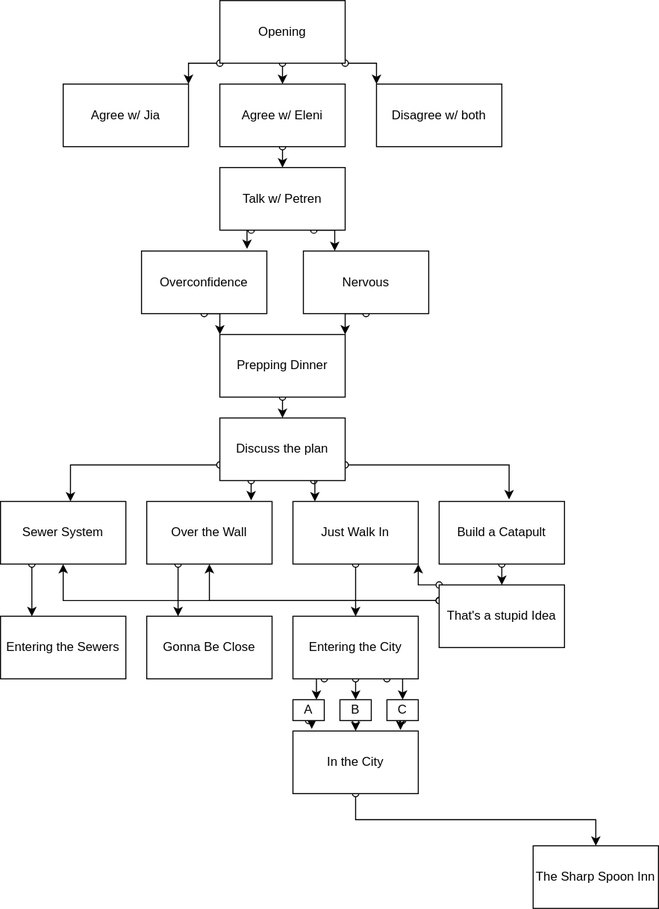
This is books/AEK/story_diagram/diagram.drawio.svg from JoelNiemela/AEK, a draw.io export, as it was before one commit. Source tidied: cells renumbered, new cells last; positions are measured from the earlier drawing's top-left corner, leaving out a move shared by most shapes.
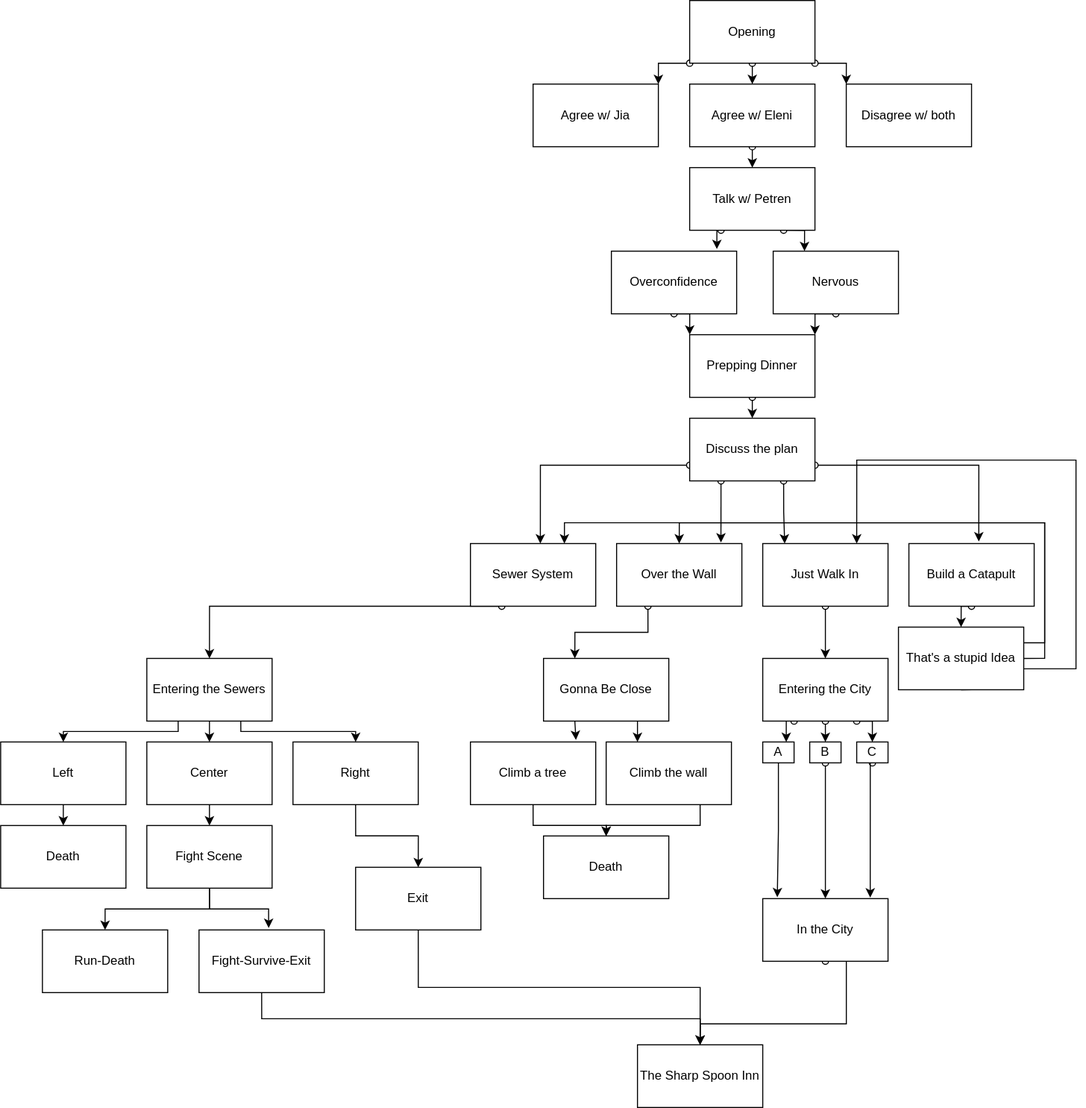
Later version of the same file.

Change to the diagram source:
```diff
@@ -12,19 +12,19 @@
       <mxGeometry relative="1" as="geometry" />
     </mxCell>
     <mxCell id="5" value="Opening" style="rounded=0;whiteSpace=wrap;html=1;" parent="1" vertex="1">
-      <mxGeometry x="210" width="120" height="60" as="geometry" />
+      <mxGeometry x="420" y="-10" width="120" height="60" as="geometry" />
     </mxCell>
     <mxCell id="6" value="Disagree w/ both" style="rounded=0;whiteSpace=wrap;html=1;" parent="1" vertex="1">
-      <mxGeometry x="360" y="80" width="120" height="60" as="geometry" />
+      <mxGeometry x="570" y="70" width="120" height="60" as="geometry" />
     </mxCell>
     <mxCell id="7" style="edgeStyle=orthogonalEdgeStyle;rounded=0;jettySize=auto;html=1;exitX=0.5;exitY=1;exitDx=0;exitDy=0;entryX=0.5;entryY=0;entryDx=0;entryDy=0;startArrow=oval;startFill=0;" parent="1" edge="1" source="8" target="12">
       <mxGeometry relative="1" as="geometry" />
     </mxCell>
     <mxCell id="8" value="Agree w/ Eleni" style="rounded=0;whiteSpace=wrap;html=1;" parent="1" vertex="1">
-      <mxGeometry x="210" y="80" width="120" height="60" as="geometry" />
+      <mxGeometry x="420" y="70" width="120" height="60" as="geometry" />
     </mxCell>
     <mxCell id="9" value="Agree w/ Jia" style="rounded=0;whiteSpace=wrap;html=1;" parent="1" vertex="1">
-      <mxGeometry x="60" y="80" width="120" height="60" as="geometry" />
+      <mxGeometry x="270" y="70" width="120" height="60" as="geometry" />
     </mxCell>
     <mxCell id="10" style="edgeStyle=orthogonalEdgeStyle;rounded=0;jettySize=auto;html=1;exitX=0.25;exitY=1;exitDx=0;exitDy=0;entryX=0.842;entryY=-0.033;entryDx=0;entryDy=0;entryPerimeter=0;startArrow=oval;startFill=0;" parent="1" edge="1" source="12" target="14">
       <mxGeometry relative="1" as="geometry" />
@@ -33,25 +33,25 @@
       <mxGeometry relative="1" as="geometry" />
     </mxCell>
     <mxCell id="12" value="Talk w/ Petren" style="rounded=0;whiteSpace=wrap;html=1;" parent="1" vertex="1">
-      <mxGeometry x="210" y="160" width="120" height="60" as="geometry" />
+      <mxGeometry x="420" y="150" width="120" height="60" as="geometry" />
     </mxCell>
     <mxCell id="13" style="edgeStyle=orthogonalEdgeStyle;rounded=0;jettySize=auto;html=1;exitX=0.5;exitY=1;exitDx=0;exitDy=0;entryX=0;entryY=0;entryDx=0;entryDy=0;startArrow=oval;startFill=0;" parent="1" edge="1" source="14" target="18">
       <mxGeometry relative="1" as="geometry" />
     </mxCell>
     <mxCell id="14" value="Overconfidence" style="rounded=0;whiteSpace=wrap;html=1;" parent="1" vertex="1">
-      <mxGeometry x="135" y="240" width="120" height="60" as="geometry" />
+      <mxGeometry x="345" y="230" width="120" height="60" as="geometry" />
     </mxCell>
     <mxCell id="15" style="edgeStyle=orthogonalEdgeStyle;rounded=0;jettySize=auto;html=1;exitX=0.5;exitY=1;exitDx=0;exitDy=0;entryX=1;entryY=0;entryDx=0;entryDy=0;startArrow=oval;startFill=0;" parent="1" edge="1" source="16" target="18">
       <mxGeometry relative="1" as="geometry" />
     </mxCell>
     <mxCell id="16" value="Nervous" style="rounded=0;whiteSpace=wrap;html=1;" parent="1" vertex="1">
-      <mxGeometry x="290" y="240" width="120" height="60" as="geometry" />
+      <mxGeometry x="500" y="230" width="120" height="60" as="geometry" />
     </mxCell>
     <mxCell id="17" style="edgeStyle=orthogonalEdgeStyle;rounded=0;jettySize=auto;html=1;exitX=0.5;exitY=1;exitDx=0;exitDy=0;entryX=0.5;entryY=0;entryDx=0;entryDy=0;startArrow=oval;startFill=0;" parent="1" edge="1" source="18" target="23">
       <mxGeometry relative="1" as="geometry" />
     </mxCell>
     <mxCell id="18" value="Prepping Dinner" style="rounded=0;whiteSpace=wrap;html=1;" parent="1" vertex="1">
-      <mxGeometry x="210" y="320" width="120" height="60" as="geometry" />
+      <mxGeometry x="420" y="310" width="120" height="60" as="geometry" />
     </mxCell>
     <mxCell id="19" style="edgeStyle=orthogonalEdgeStyle;rounded=0;jettySize=auto;html=1;exitX=0;exitY=0.75;exitDx=0;exitDy=0;entryX=0.558;entryY=0;entryDx=0;entryDy=0;entryPerimeter=0;startArrow=oval;startFill=0;" parent="1" edge="1" source="23" target="25">
       <mxGeometry relative="1" as="geometry" />
@@ -66,43 +66,56 @@
       <mxGeometry relative="1" as="geometry" />
     </mxCell>
     <mxCell id="23" value="Discuss the plan" style="rounded=0;whiteSpace=wrap;html=1;" parent="1" vertex="1">
-      <mxGeometry x="210" y="400" width="120" height="60" as="geometry" />
+      <mxGeometry x="420" y="390" width="120" height="60" as="geometry" />
     </mxCell>
-    <mxCell id="24" style="edgeStyle=orthogonalEdgeStyle;rounded=0;jettySize=auto;html=1;exitX=0.25;exitY=1;exitDx=0;exitDy=0;entryX=0.25;entryY=0;entryDx=0;entryDy=0;startArrow=oval;startFill=0;" parent="1" edge="1" source="25" target="41">
-      <mxGeometry relative="1" as="geometry" />
+    <mxCell id="24" style="edgeStyle=orthogonalEdgeStyle;rounded=0;jettySize=auto;html=1;exitX=0.25;exitY=1;exitDx=0;exitDy=0;entryX=0.5;entryY=0;entryDx=0;entryDy=0;startArrow=oval;startFill=0;" parent="1" edge="1" source="25" target="41">
+      <mxGeometry relative="1" as="geometry">
+        <Array as="points">
+          <mxPoint x="-40" y="570" />
+        </Array>
+      </mxGeometry>
     </mxCell>
     <mxCell id="25" value="Sewer System" style="rounded=0;whiteSpace=wrap;html=1;" parent="1" vertex="1">
-      <mxGeometry y="480" width="120" height="60" as="geometry" />
+      <mxGeometry x="210" y="510" width="120" height="60" as="geometry" />
     </mxCell>
     <mxCell id="26" style="edgeStyle=orthogonalEdgeStyle;rounded=0;jettySize=auto;html=1;exitX=0.25;exitY=1;exitDx=0;exitDy=0;entryX=0.25;entryY=0;entryDx=0;entryDy=0;startArrow=oval;startFill=0;" parent="1" edge="1" source="27" target="40">
       <mxGeometry relative="1" as="geometry" />
     </mxCell>
     <mxCell id="27" value="Over the Wall" style="rounded=0;whiteSpace=wrap;html=1;" parent="1" vertex="1">
-      <mxGeometry x="140" y="480" width="120" height="60" as="geometry" />
+      <mxGeometry x="350" y="510" width="120" height="60" as="geometry" />
     </mxCell>
     <mxCell id="28" style="edgeStyle=orthogonalEdgeStyle;rounded=0;jettySize=auto;html=1;exitX=0.5;exitY=1;exitDx=0;exitDy=0;entryX=0.5;entryY=0;entryDx=0;entryDy=0;startArrow=oval;startFill=0;" parent="1" edge="1" source="29" target="39">
       <mxGeometry relative="1" as="geometry" />
     </mxCell>
     <mxCell id="29" value="Just Walk In" style="rounded=0;whiteSpace=wrap;html=1;" parent="1" vertex="1">
-      <mxGeometry x="280" y="480" width="120" height="60" as="geometry" />
+      <mxGeometry x="490" y="510" width="120" height="60" as="geometry" />
     </mxCell>
-    <mxCell id="30" style="edgeStyle=orthogonalEdgeStyle;rounded=0;jettySize=auto;html=1;exitX=0.5;exitY=1;exitDx=0;exitDy=0;entryX=0.5;entryY=0;entryDx=0;entryDy=0;startArrow=oval;startFill=0;" parent="1" edge="1" source="31" target="35">
-      <mxGeometry relative="1" as="geometry" />
+    <mxCell id="30" style="edgeStyle=orthogonalEdgeStyle;rounded=0;jettySize=auto;html=1;exitX=0.5;exitY=1;exitDx=0;exitDy=0;entryX=0.5;entryY=0;entryDx=0;entryDy=0;startArrow=oval;startFill=0;" parent="1" edge="1" target="35">
+      <mxGeometry relative="1" as="geometry">
+        <mxPoint x="690" y="570" as="sourcePoint" />
+      </mxGeometry>
     </mxCell>
     <mxCell id="31" value="Build a Catapult" style="rounded=0;whiteSpace=wrap;html=1;" parent="1" vertex="1">
-      <mxGeometry x="420" y="480" width="120" height="60" as="geometry" />
+      <mxGeometry x="630" y="510" width="120" height="60" as="geometry" />
     </mxCell>
-    <mxCell id="32" style="edgeStyle=orthogonalEdgeStyle;rounded=0;jettySize=auto;html=1;exitX=0;exitY=0;exitDx=0;exitDy=0;entryX=1;entryY=1;entryDx=0;entryDy=0;startArrow=oval;startFill=0;" parent="1" edge="1" source="35" target="29">
-      <mxGeometry relative="1" as="geometry" />
+    <mxCell id="32" style="edgeStyle=orthogonalEdgeStyle;rounded=0;jettySize=auto;html=1;exitX=0.5;exitY=1;exitDx=0;exitDy=0;entryX=0.75;entryY=0;entryDx=0;entryDy=0;" parent="1" edge="1" source="35" target="29">
+      <mxGeometry relative="1" as="geometry">
+        <Array as="points">
+          <mxPoint x="690" y="630" />
+          <mxPoint x="790" y="630" />
+          <mxPoint x="790" y="430" />
+          <mxPoint x="580" y="430" />
+        </Array>
+      </mxGeometry>
     </mxCell>
-    <mxCell id="33" style="edgeStyle=orthogonalEdgeStyle;rounded=0;jettySize=auto;html=1;exitX=0;exitY=0.25;exitDx=0;exitDy=0;entryX=0.5;entryY=1;entryDx=0;entryDy=0;startArrow=oval;startFill=0;" parent="1" edge="1" source="35" target="27">
+    <mxCell id="33" style="edgeStyle=orthogonalEdgeStyle;rounded=0;jettySize=auto;html=1;exitX=1;exitY=0.5;exitDx=0;exitDy=0;entryX=0.5;entryY=0;entryDx=0;entryDy=0;" parent="1" edge="1" source="35" target="27">
       <mxGeometry relative="1" as="geometry" />
     </mxCell>
-    <mxCell id="34" style="edgeStyle=orthogonalEdgeStyle;rounded=0;jettySize=auto;html=1;exitX=0;exitY=0.25;exitDx=0;exitDy=0;entryX=0.5;entryY=1;entryDx=0;entryDy=0;startArrow=oval;startFill=0;" parent="1" edge="1" source="35" target="25">
+    <mxCell id="34" style="edgeStyle=orthogonalEdgeStyle;rounded=0;jettySize=auto;html=1;exitX=1;exitY=0.25;exitDx=0;exitDy=0;entryX=0.75;entryY=0;entryDx=0;entryDy=0;" parent="1" edge="1" source="35" target="25">
       <mxGeometry relative="1" as="geometry" />
     </mxCell>
     <mxCell id="35" value="That's a stupid Idea" style="rounded=0;whiteSpace=wrap;html=1;" parent="1" vertex="1">
-      <mxGeometry x="420" y="560" width="120" height="60" as="geometry" />
+      <mxGeometry x="620" y="590" width="120" height="60" as="geometry" />
     </mxCell>
     <mxCell id="36" style="edgeStyle=orthogonalEdgeStyle;rounded=0;jettySize=auto;html=1;exitX=0.25;exitY=1;exitDx=0;exitDy=0;entryX=0.75;entryY=0;entryDx=0;entryDy=0;startArrow=oval;startFill=0;" parent="1" edge="1" source="39" target="46">
       <mxGeometry relative="1" as="geometry" />
@@ -114,40 +127,134 @@
       <mxGeometry relative="1" as="geometry" />
     </mxCell>
     <mxCell id="39" value="Entering the City" style="rounded=0;whiteSpace=wrap;html=1;" parent="1" vertex="1">
-      <mxGeometry x="280" y="590" width="120" height="60" as="geometry" />
+      <mxGeometry x="490" y="620" width="120" height="60" as="geometry" />
     </mxCell>
+    <mxCell id="51" style="edgeStyle=orthogonalEdgeStyle;rounded=0;jettySize=auto;html=1;exitX=0.25;exitY=1;exitDx=0;exitDy=0;entryX=0.842;entryY=-0.033;entryDx=0;entryDy=0;entryPerimeter=0;" parent="1" edge="1" source="40" target="57">
+      <mxGeometry relative="1" as="geometry" />
+    </mxCell>
+    <mxCell id="52" style="edgeStyle=orthogonalEdgeStyle;rounded=0;jettySize=auto;html=1;exitX=0.75;exitY=1;exitDx=0;exitDy=0;entryX=0.25;entryY=0;entryDx=0;entryDy=0;" parent="1" edge="1" source="40" target="59">
+      <mxGeometry relative="1" as="geometry" />
+    </mxCell>
     <mxCell id="40" value="Gonna Be Close" style="rounded=0;whiteSpace=wrap;html=1;" parent="1" vertex="1">
-      <mxGeometry x="140" y="590" width="120" height="60" as="geometry" />
+      <mxGeometry x="280" y="620" width="120" height="60" as="geometry" />
     </mxCell>
+    <mxCell id="53" style="edgeStyle=orthogonalEdgeStyle;rounded=0;jettySize=auto;html=1;exitX=0.25;exitY=1;exitDx=0;exitDy=0;entryX=0.5;entryY=0;entryDx=0;entryDy=0;" parent="1" edge="1" source="41" target="61">
+      <mxGeometry relative="1" as="geometry">
+        <Array as="points">
+          <mxPoint x="-70" y="690" />
+          <mxPoint x="-180" y="690" />
+        </Array>
+      </mxGeometry>
+    </mxCell>
+    <mxCell id="54" style="edgeStyle=orthogonalEdgeStyle;rounded=0;jettySize=auto;html=1;exitX=0.5;exitY=1;exitDx=0;exitDy=0;entryX=0.5;entryY=0;entryDx=0;entryDy=0;" parent="1" edge="1" source="41" target="63">
+      <mxGeometry relative="1" as="geometry" />
+    </mxCell>
+    <mxCell id="55" style="edgeStyle=orthogonalEdgeStyle;rounded=0;jettySize=auto;html=1;exitX=0.75;exitY=1;exitDx=0;exitDy=0;entryX=0.5;entryY=0;entryDx=0;entryDy=0;" parent="1" edge="1" source="41" target="65">
+      <mxGeometry relative="1" as="geometry">
+        <Array as="points">
+          <mxPoint x="-10" y="690" />
+          <mxPoint x="100" y="690" />
+        </Array>
+      </mxGeometry>
+    </mxCell>
     <mxCell id="41" value="Entering the Sewers" style="rounded=0;whiteSpace=wrap;html=1;" parent="1" vertex="1">
-      <mxGeometry y="590" width="120" height="60" as="geometry" />
+      <mxGeometry x="-100" y="620" width="120" height="60" as="geometry" />
     </mxCell>
     <mxCell id="42" style="edgeStyle=orthogonalEdgeStyle;rounded=0;jettySize=auto;html=1;exitX=0.5;exitY=1;exitDx=0;exitDy=0;entryX=0.5;entryY=0;entryDx=0;entryDy=0;startArrow=oval;startFill=0;" parent="1" edge="1" source="43" target="44">
-      <mxGeometry relative="1" as="geometry" />
+      <mxGeometry relative="1" as="geometry">
+        <Array as="points">
+          <mxPoint x="570" y="970" />
+          <mxPoint x="430" y="970" />
+        </Array>
+      </mxGeometry>
     </mxCell>
     <mxCell id="43" value="In the City" style="rounded=0;whiteSpace=wrap;html=1;" parent="1" vertex="1">
-      <mxGeometry x="280" y="700" width="120" height="60" as="geometry" />
+      <mxGeometry x="490" y="850" width="120" height="60" as="geometry" />
     </mxCell>
     <mxCell id="44" value="The Sharp Spoon Inn" style="rounded=0;whiteSpace=wrap;html=1;" parent="1" vertex="1">
-      <mxGeometry x="510" y="810" width="120" height="60" as="geometry" />
+      <mxGeometry x="370" y="990" width="120" height="60" as="geometry" />
     </mxCell>
-    <mxCell id="45" style="edgeStyle=orthogonalEdgeStyle;rounded=0;jettySize=auto;html=1;exitX=0.5;exitY=1;exitDx=0;exitDy=0;entryX=0.15;entryY=-0.033;entryDx=0;entryDy=0;entryPerimeter=0;startArrow=oval;startFill=0;" parent="1" edge="1" source="46" target="43">
+    <mxCell id="45" style="edgeStyle=orthogonalEdgeStyle;rounded=0;jettySize=auto;html=1;exitX=0.5;exitY=1;exitDx=0;exitDy=0;entryX=0.116;entryY=-0.023;entryDx=0;entryDy=0;entryPerimeter=0;" parent="1" edge="1" source="46" target="43">
       <mxGeometry relative="1" as="geometry" />
     </mxCell>
     <mxCell id="46" value="A" style="rounded=0;whiteSpace=wrap;html=1;" parent="1" vertex="1">
-      <mxGeometry x="280" y="670" width="30" height="20" as="geometry" />
+      <mxGeometry x="490" y="700" width="30" height="20" as="geometry" />
     </mxCell>
     <mxCell id="47" style="edgeStyle=orthogonalEdgeStyle;rounded=0;jettySize=auto;html=1;exitX=0.5;exitY=1;exitDx=0;exitDy=0;entryX=0.5;entryY=0;entryDx=0;entryDy=0;startArrow=oval;startFill=0;" parent="1" edge="1" source="48" target="43">
       <mxGeometry relative="1" as="geometry" />
     </mxCell>
     <mxCell id="48" value="B" style="rounded=0;whiteSpace=wrap;html=1;" parent="1" vertex="1">
-      <mxGeometry x="325" y="670" width="30" height="20" as="geometry" />
+      <mxGeometry x="535" y="700" width="30" height="20" as="geometry" />
     </mxCell>
     <mxCell id="49" style="edgeStyle=orthogonalEdgeStyle;rounded=0;jettySize=auto;html=1;exitX=0.5;exitY=1;exitDx=0;exitDy=0;entryX=0.858;entryY=-0.017;entryDx=0;entryDy=0;entryPerimeter=0;startArrow=oval;startFill=0;" parent="1" edge="1" source="50" target="43">
-      <mxGeometry relative="1" as="geometry" />
+      <mxGeometry relative="1" as="geometry">
+        <Array as="points">
+          <mxPoint x="593" y="720" />
+        </Array>
+      </mxGeometry>
     </mxCell>
     <mxCell id="50" value="C" style="rounded=0;whiteSpace=wrap;html=1;" parent="1" vertex="1">
-      <mxGeometry x="370" y="670" width="30" height="20" as="geometry" />
+      <mxGeometry x="580" y="700" width="30" height="20" as="geometry" />
     </mxCell>
+    <mxCell id="56" style="edgeStyle=orthogonalEdgeStyle;rounded=0;jettySize=auto;html=1;exitX=0.5;exitY=1;exitDx=0;exitDy=0;entryX=0.5;entryY=0;entryDx=0;entryDy=0;" parent="1" edge="1" source="57" target="66">
+      <mxGeometry relative="1" as="geometry" />
+    </mxCell>
+    <mxCell id="57" value="Climb a tree" style="rounded=0;whiteSpace=wrap;html=1;" parent="1" vertex="1">
+      <mxGeometry x="210" y="700" width="120" height="60" as="geometry" />
+    </mxCell>
+    <mxCell id="58" style="edgeStyle=orthogonalEdgeStyle;rounded=0;jettySize=auto;html=1;exitX=0.75;exitY=1;exitDx=0;exitDy=0;entryX=0.5;entryY=0;entryDx=0;entryDy=0;" parent="1" edge="1" source="59" target="66">
+      <mxGeometry relative="1" as="geometry" />
+    </mxCell>
+    <mxCell id="59" value="Climb the wall" style="rounded=0;whiteSpace=wrap;html=1;" parent="1" vertex="1">
+      <mxGeometry x="340" y="700" width="120" height="60" as="geometry" />
+    </mxCell>
+    <mxCell id="60" style="edgeStyle=orthogonalEdgeStyle;rounded=0;jettySize=auto;html=1;exitX=0.5;exitY=1;exitDx=0;exitDy=0;entryX=0.5;entryY=0;entryDx=0;entryDy=0;" parent="1" edge="1" source="61" target="67">
+      <mxGeometry relative="1" as="geometry" />
+    </mxCell>
+    <mxCell id="61" value="Left" style="rounded=0;whiteSpace=wrap;html=1;" parent="1" vertex="1">
+      <mxGeometry x="-240" y="700" width="120" height="60" as="geometry" />
+    </mxCell>
+    <mxCell id="62" style="edgeStyle=orthogonalEdgeStyle;rounded=0;jettySize=auto;html=1;exitX=0.5;exitY=1;exitDx=0;exitDy=0;entryX=0.5;entryY=0;entryDx=0;entryDy=0;" parent="1" edge="1" source="63" target="70">
+      <mxGeometry relative="1" as="geometry" />
+    </mxCell>
+    <mxCell id="63" value="Center" style="rounded=0;whiteSpace=wrap;html=1;" parent="1" vertex="1">
+      <mxGeometry x="-100" y="700" width="120" height="60" as="geometry" />
+    </mxCell>
+    <mxCell id="64" style="edgeStyle=orthogonalEdgeStyle;rounded=0;jettySize=auto;html=1;exitX=0.5;exitY=1;exitDx=0;exitDy=0;entryX=0.5;entryY=0;entryDx=0;entryDy=0;" parent="1" edge="1" source="65" target="72">
+      <mxGeometry relative="1" as="geometry" />
+    </mxCell>
+    <mxCell id="65" value="Right" style="rounded=0;whiteSpace=wrap;html=1;" parent="1" vertex="1">
+      <mxGeometry x="40" y="700" width="120" height="60" as="geometry" />
+    </mxCell>
+    <mxCell id="66" value="Death" style="rounded=0;whiteSpace=wrap;html=1;" parent="1" vertex="1">
+      <mxGeometry x="280" y="790" width="120" height="60" as="geometry" />
+    </mxCell>
+    <mxCell id="67" value="Death" style="rounded=0;whiteSpace=wrap;html=1;" parent="1" vertex="1">
+      <mxGeometry x="-240" y="780" width="120" height="60" as="geometry" />
+    </mxCell>
+    <mxCell id="68" style="edgeStyle=orthogonalEdgeStyle;rounded=0;jettySize=auto;html=1;exitX=0.5;exitY=1;exitDx=0;exitDy=0;entryX=0.5;entryY=0;entryDx=0;entryDy=0;" parent="1" edge="1" source="70" target="73">
+      <mxGeometry relative="1" as="geometry" />
+    </mxCell>
+    <mxCell id="69" style="edgeStyle=orthogonalEdgeStyle;rounded=0;jettySize=auto;html=1;exitX=0.5;exitY=1;exitDx=0;exitDy=0;entryX=0.556;entryY=-0.031;entryDx=0;entryDy=0;entryPerimeter=0;" parent="1" edge="1" source="70" target="75">
+      <mxGeometry relative="1" as="geometry" />
+    </mxCell>
+    <mxCell id="70" value="Fight Scene" style="rounded=0;whiteSpace=wrap;html=1;" parent="1" vertex="1">
+      <mxGeometry x="-100" y="780" width="120" height="60" as="geometry" />
+    </mxCell>
+    <mxCell id="71" style="edgeStyle=orthogonalEdgeStyle;rounded=0;jettySize=auto;html=1;exitX=0.5;exitY=1;exitDx=0;exitDy=0;entryX=0.5;entryY=0;entryDx=0;entryDy=0;" parent="1" edge="1" source="72" target="44">
+      <mxGeometry relative="1" as="geometry" />
+    </mxCell>
+    <mxCell id="72" value="Exit" style="rounded=0;whiteSpace=wrap;html=1;" parent="1" vertex="1">
+      <mxGeometry x="100" y="820" width="120" height="60" as="geometry" />
+    </mxCell>
+    <mxCell id="73" value="Run-Death" style="rounded=0;whiteSpace=wrap;html=1;" parent="1" vertex="1">
+      <mxGeometry x="-200" y="880" width="120" height="60" as="geometry" />
+    </mxCell>
+    <mxCell id="74" style="edgeStyle=orthogonalEdgeStyle;rounded=0;jettySize=auto;html=1;exitX=0.5;exitY=1;exitDx=0;exitDy=0;entryX=0.5;entryY=0;entryDx=0;entryDy=0;" parent="1" edge="1" source="75" target="44">
+      <mxGeometry relative="1" as="geometry" />
+    </mxCell>
+    <mxCell id="75" value="Fight-Survive-Exit" style="rounded=0;whiteSpace=wrap;html=1;" parent="1" vertex="1">
+      <mxGeometry x="-50" y="880" width="120" height="60" as="geometry" />
+    </mxCell>
   </root>
 </mxGraphModel>
```
